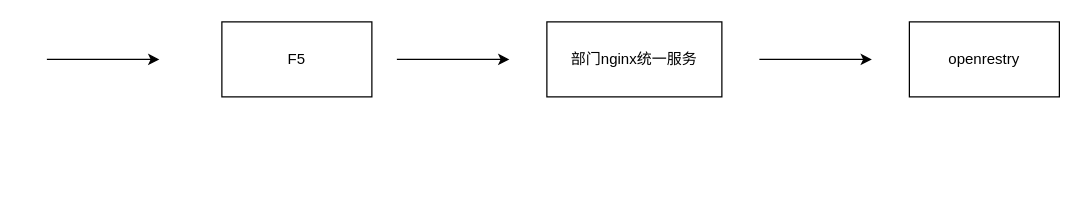
This is 绘图/f5gninx.drawio from longjiangxue/blogImage, a draw.io file, before an edit. Source tidied: cells renumbered, new cells numbered last; positions are measured from the earlier drawing's top-left corner, leaving out a move shared by most shapes. Both pictures are drawn from the tidied source at 125%, with x=0, y=0 at pixel (46, 21).
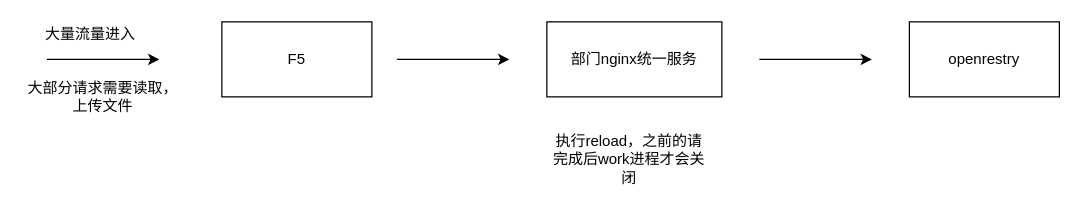
Above is the later version.

What changed in the source:
```diff
@@
 <mxGraphModel>
   <root>
     <mxCell id="0" />
     <mxCell id="1" parent="0" />
     <mxCell id="2" value="F5" style="rounded=0;whiteSpace=wrap;html=1;" parent="1" vertex="1">
       <mxGeometry x="140" width="120" height="60" as="geometry" />
     </mxCell>
     <mxCell id="3" value="部门nginx统一服务" style="rounded=0;whiteSpace=wrap;html=1;" parent="1" vertex="1">
       <mxGeometry x="400" width="140" height="60" as="geometry" />
     </mxCell>
     <mxCell id="4" value="openrestry" style="rounded=0;whiteSpace=wrap;html=1;" parent="1" vertex="1">
       <mxGeometry x="690" width="120" height="60" as="geometry" />
     </mxCell>
     <mxCell id="5" style="endArrow=classic;html=1;" parent="1" edge="1">
       <mxGeometry relative="1" as="geometry">
         <mxPoint y="30" as="sourcePoint" />
         <mxPoint x="90" y="30" as="targetPoint" />
       </mxGeometry>
     </mxCell>
     <mxCell id="6" style="endArrow=classic;html=1;" parent="1" edge="1">
       <mxGeometry relative="1" as="geometry">
         <mxPoint x="280" y="30" as="sourcePoint" />
         <mxPoint x="370" y="30" as="targetPoint" />
       </mxGeometry>
     </mxCell>
     <mxCell id="7" style="endArrow=classic;html=1;" parent="1" edge="1">
       <mxGeometry relative="1" as="geometry">
         <mxPoint x="570" y="30" as="sourcePoint" />
         <mxPoint x="660" y="30" as="targetPoint" />
       </mxGeometry>
     </mxCell>
+    <mxCell id="8" value="大量流量进入" style="text;html=1;strokeColor=none;fillColor=none;align=center;verticalAlign=middle;whiteSpace=wrap;rounded=0;" parent="1" vertex="1">
+      <mxGeometry x="-10" width="90" height="20" as="geometry" />
+    </mxCell>
+    <mxCell id="9" value="大部分请求需要读取，上传文件" style="text;html=1;strokeColor=none;fillColor=none;align=center;verticalAlign=middle;whiteSpace=wrap;rounded=0;" parent="1" vertex="1">
+      <mxGeometry x="-20" y="50" width="130" height="20" as="geometry" />
+    </mxCell>
+    <mxCell id="10" value="执行reload，之前的请完成后work进程才会关闭" style="text;html=1;strokeColor=none;fillColor=none;align=center;verticalAlign=middle;whiteSpace=wrap;rounded=0;" parent="1" vertex="1">
+      <mxGeometry x="401" y="80" width="130" height="60" as="geometry" />
+    </mxCell>
   </root>
 </mxGraphModel>
```
